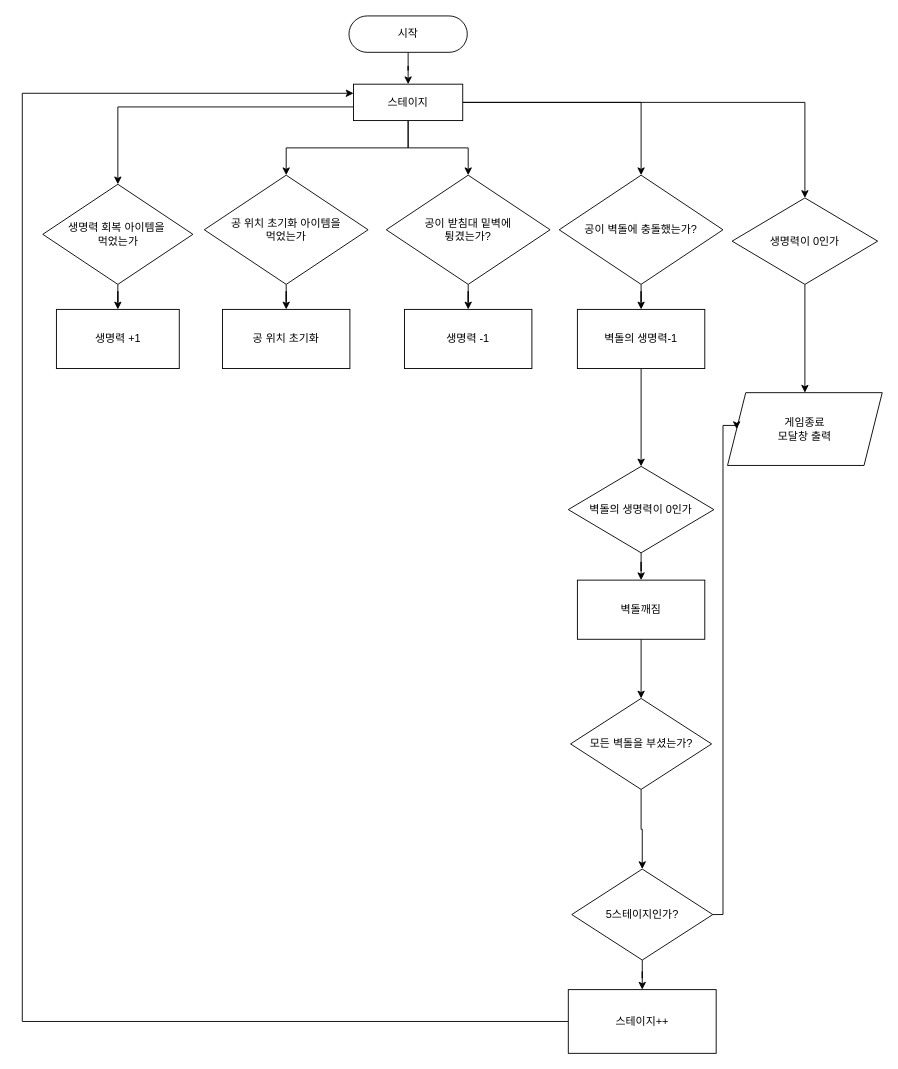
This is 보고서/순서도/게임 시나리오/KDT1_brokenBlock순서도.drawio from rudIsland/KDT_Project_1, a draw.io file, before an edit. Source tidied: cells renumbered, new cells numbered last; positions are measured from the earlier drawing's top-left corner, leaving out a move shared by most shapes. Both pictures are drawn from the tidied source at 91%, with x=0, y=0 at pixel (22, 15).
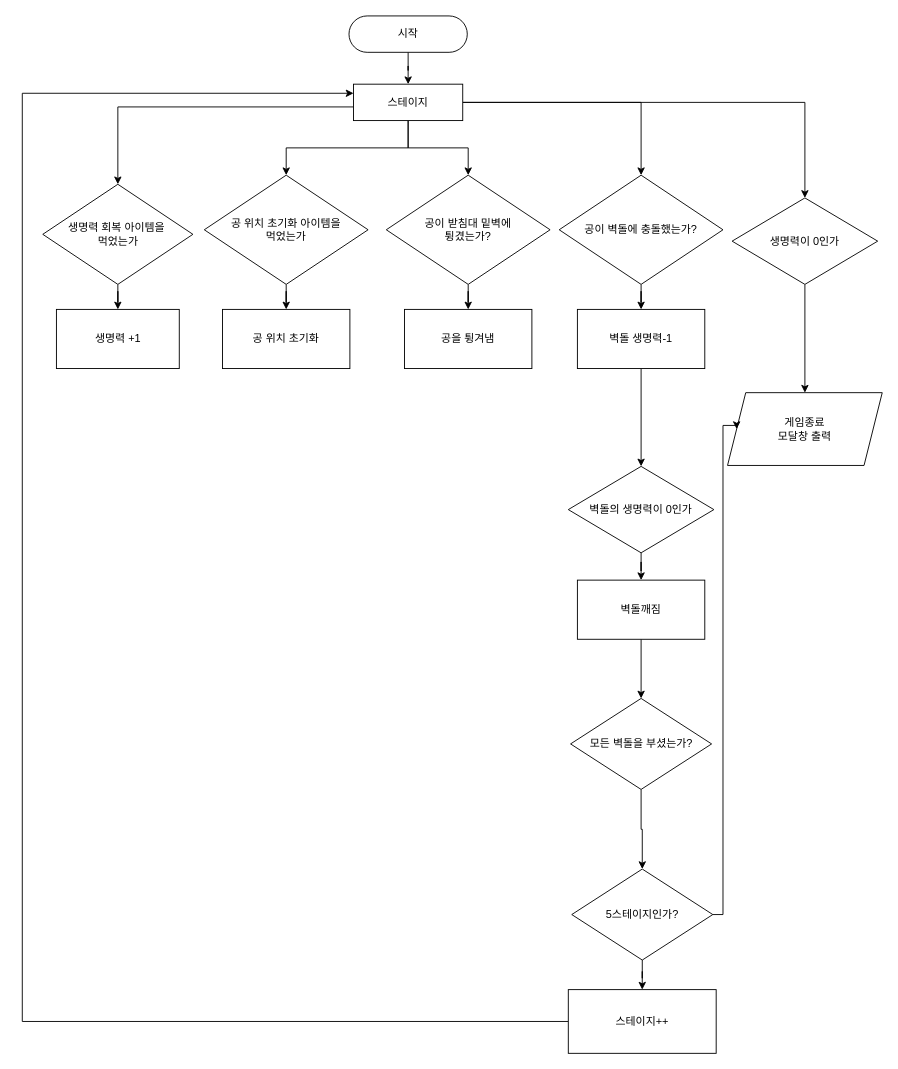
The same diagram, later.

What changed in the source:
```diff
@@
-    <mxCell id="28" value="생명력 -1" style="rounded=0;whiteSpace=wrap;html=1;" parent="1" vertex="1">
+    <mxCell id="28" value="공을 튕겨냄" style="rounded=0;whiteSpace=wrap;html=1;" parent="1" vertex="1">
       <mxGeometry x="420" y="322.5" width="140" height="65" as="geometry" />
     </mxCell>
@@
-    <mxCell id="32" value="벽돌의 생명력-1" style="rounded=0;whiteSpace=wrap;html=1;" parent="1" vertex="1">
+    <mxCell id="32" value="벽돌 생명력-1" style="rounded=0;whiteSpace=wrap;html=1;" parent="1" vertex="1">
       <mxGeometry x="610" y="322.5" width="140" height="65" as="geometry" />
     </mxCell>
```
